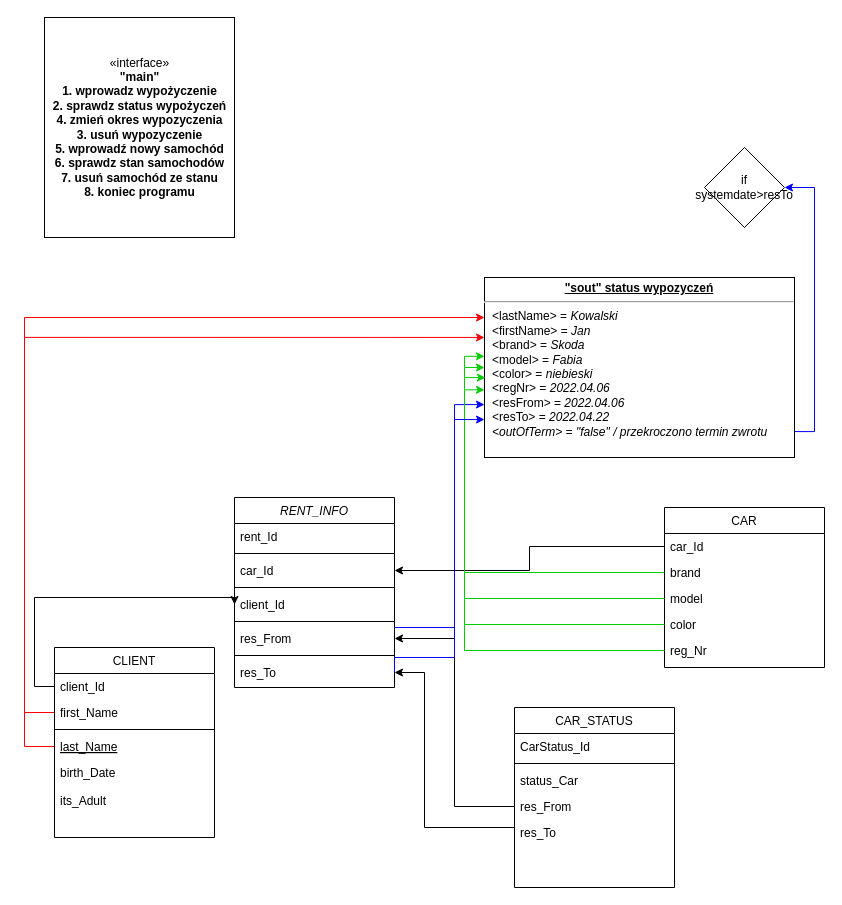
Earlier version of the draw.io diagram Program_Diagram_room8.drawio (darkhir/project_room_8). Source tidied: cells renumbered, new cells numbered last; positions are measured from the earlier drawing's top-left corner, leaving out a move shared by most shapes. Both pictures are drawn from the tidied source at 100%, with x=0, y=0 at pixel (24, 17).
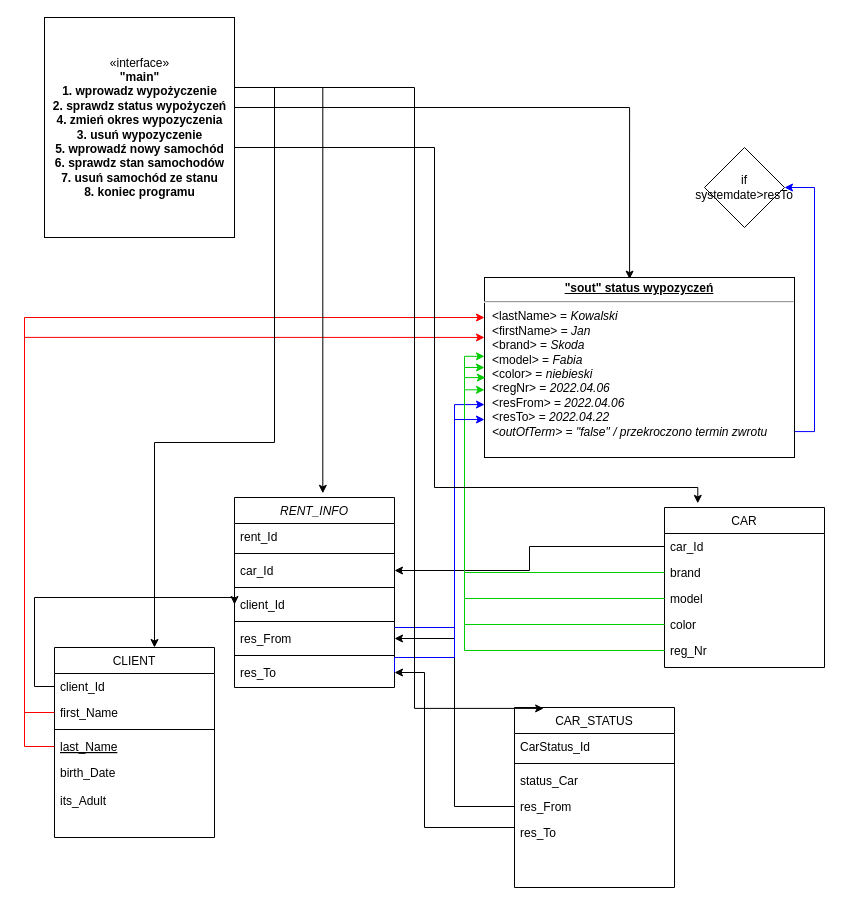
The same diagram, later.

Unchanged cells that the change refers to:
```xml
<mxCell id="2" value="RENT_INFO" style="swimlane;fontStyle=2;align=center;verticalAlign=top;horizontal=1;startSize=26;rounded=0;shadow=0;strokeWidth=1;" parent="1" vertex="1">
  <mxGeometry x="210" y="480" width="160" height="190" as="geometry" />
</mxCell>
<mxCell id="12" value="CLIENT" style="swimlane;fontStyle=0;align=center;verticalAlign=top;horizontal=1;startSize=26;rounded=0;shadow=0;strokeWidth=1;" parent="1" vertex="1">
  <mxGeometry x="30" y="630" width="160" height="190" as="geometry" />
</mxCell>
<mxCell id="20" value="CAR_STATUS" style="swimlane;fontStyle=0;align=center;verticalAlign=top;horizontal=1;startSize=26;rounded=0;shadow=0;strokeWidth=1;" parent="1" vertex="1">
  <mxGeometry x="490" y="690" width="160" height="180" as="geometry" />
</mxCell>
<mxCell id="26" value="CAR" style="swimlane;fontStyle=0;align=center;verticalAlign=top;horizontal=1;startSize=26;rounded=0;shadow=0;strokeWidth=1;" parent="1" vertex="1">
  <mxGeometry x="640" y="490" width="160" height="160" as="geometry" />
</mxCell>
<mxCell id="37" value="&lt;p style=&quot;margin: 0px ; margin-top: 4px ; text-align: center ; text-decoration: underline&quot;&gt;&lt;b&gt;&quot;sout&quot; status wypozyczeń&lt;/b&gt;&lt;/p&gt;&lt;hr&gt;&lt;p style=&quot;margin: 0px ; margin-left: 8px&quot;&gt;&amp;lt;lastName&amp;gt; = &lt;i&gt;Kowalski&lt;/i&gt;&lt;br&gt;&amp;lt;firstName&amp;gt; = &lt;i&gt;Jan&lt;/i&gt;&lt;br&gt;&amp;lt;brand&amp;gt; = &lt;i&gt;Skoda&lt;/i&gt;&lt;/p&gt;&lt;p style=&quot;margin: 0px ; margin-left: 8px&quot;&gt;&amp;lt;model&amp;gt; =&amp;nbsp;&lt;i&gt;Fabia&lt;/i&gt;&lt;i&gt;&lt;br&gt;&lt;/i&gt;&lt;/p&gt;&lt;p style=&quot;margin: 0px ; margin-left: 8px&quot;&gt;&amp;lt;color&amp;gt; =&amp;nbsp;&lt;i&gt;niebieski&lt;/i&gt;&lt;i&gt;&lt;br&gt;&lt;/i&gt;&lt;/p&gt;&lt;p style=&quot;margin: 0px ; margin-left: 8px&quot;&gt;&amp;lt;regNr&amp;gt; =&amp;nbsp;&lt;i&gt;2022.04.06&lt;/i&gt;&lt;i&gt;&lt;br&gt;&lt;/i&gt;&lt;/p&gt;&lt;p style=&quot;margin: 0px ; margin-left: 8px&quot;&gt;&amp;lt;resFrom&amp;gt; = &lt;i&gt;2022.04.06&lt;/i&gt;&lt;br&gt;&lt;/p&gt;&lt;p style=&quot;margin: 0px ; margin-left: 8px&quot;&gt;&amp;lt;resTo&amp;gt; =&amp;nbsp;&lt;i&gt;2022.04.22&lt;/i&gt;&lt;i&gt;&lt;br&gt;&lt;/i&gt;&lt;/p&gt;&lt;p style=&quot;margin: 0px ; margin-left: 8px&quot;&gt;&lt;i&gt;&amp;lt;outOfTerm&amp;gt; = &quot;false&quot; / przekroczono termin zwrotu&lt;/i&gt;&lt;/p&gt;" style="verticalAlign=top;align=left;overflow=fill;fontSize=12;fontFamily=Helvetica;html=1;" parent="1" vertex="1">
  <mxGeometry x="460" y="260" width="310" height="180" as="geometry" />
</mxCell>
<mxCell id="47" value="«interface»&lt;br&gt;&lt;b&gt;&quot;main&quot;&lt;br&gt;1. wprowadz wypożyczenie&lt;br&gt;2. sprawdz status wypożyczeń&lt;br&gt;4. zmień okres wypozyczenia&lt;br&gt;3. usuń wypozyczenie&lt;br&gt;5. wprowadź nowy samochód&lt;br&gt;6. sprawdz stan samochodów&lt;br&gt;7. usuń samochód ze stanu&lt;br&gt;8. koniec programu&lt;br&gt;&lt;/b&gt;" style="html=1;" parent="1" vertex="1">
  <mxGeometry x="20" width="190" height="220" as="geometry" />
</mxCell>
```

What changed in the source:
```diff
@@
+    <mxCell id="48" style="edgeStyle=orthogonalEdgeStyle;rounded=0;jettySize=auto;html=1;entryX=0.468;entryY=0.009;entryDx=0;entryDy=0;entryPerimeter=0;strokeColor=#000000;" parent="1" edge="1" source="47" target="37">
+      <mxGeometry relative="1" as="geometry">
+        <Array as="points">
+          <mxPoint x="605" y="90" />
+        </Array>
+      </mxGeometry>
+    </mxCell>
+    <mxCell id="49" style="edgeStyle=orthogonalEdgeStyle;rounded=0;jettySize=auto;html=1;strokeColor=#000000;entryX=0.552;entryY=-0.022;entryDx=0;entryDy=0;entryPerimeter=0;" parent="1" edge="1" source="47" target="2">
+      <mxGeometry relative="1" as="geometry">
+        <Array as="points">
+          <mxPoint x="298" y="70" />
+        </Array>
+      </mxGeometry>
+    </mxCell>
+    <mxCell id="50" style="edgeStyle=orthogonalEdgeStyle;rounded=0;jettySize=auto;html=1;entryX=0.208;entryY=-0.026;entryDx=0;entryDy=0;entryPerimeter=0;strokeColor=#000000;" parent="1" edge="1" source="47" target="26">
+      <mxGeometry relative="1" as="geometry">
+        <Array as="points">
+          <mxPoint x="410" y="130" />
+          <mxPoint x="410" y="470" />
+          <mxPoint x="673" y="470" />
+        </Array>
+      </mxGeometry>
+    </mxCell>
+    <mxCell id="51" style="edgeStyle=orthogonalEdgeStyle;rounded=0;jettySize=auto;html=1;entryX=0.625;entryY=0;entryDx=0;entryDy=0;entryPerimeter=0;strokeColor=#000000;" parent="1" edge="1" source="47" target="12">
+      <mxGeometry relative="1" as="geometry">
+        <Array as="points">
+          <mxPoint x="250" y="70" />
+          <mxPoint x="250" y="425" />
+          <mxPoint x="130" y="425" />
+        </Array>
+      </mxGeometry>
+    </mxCell>
+    <mxCell id="52" style="edgeStyle=orthogonalEdgeStyle;rounded=0;jettySize=auto;html=1;entryX=0.182;entryY=0.005;entryDx=0;entryDy=0;entryPerimeter=0;strokeColor=#000000;" parent="1" edge="1" source="47" target="20">
+      <mxGeometry relative="1" as="geometry">
+        <Array as="points">
+          <mxPoint x="390" y="70" />
+          <mxPoint x="390" y="691" />
+        </Array>
+      </mxGeometry>
+    </mxCell>
```
